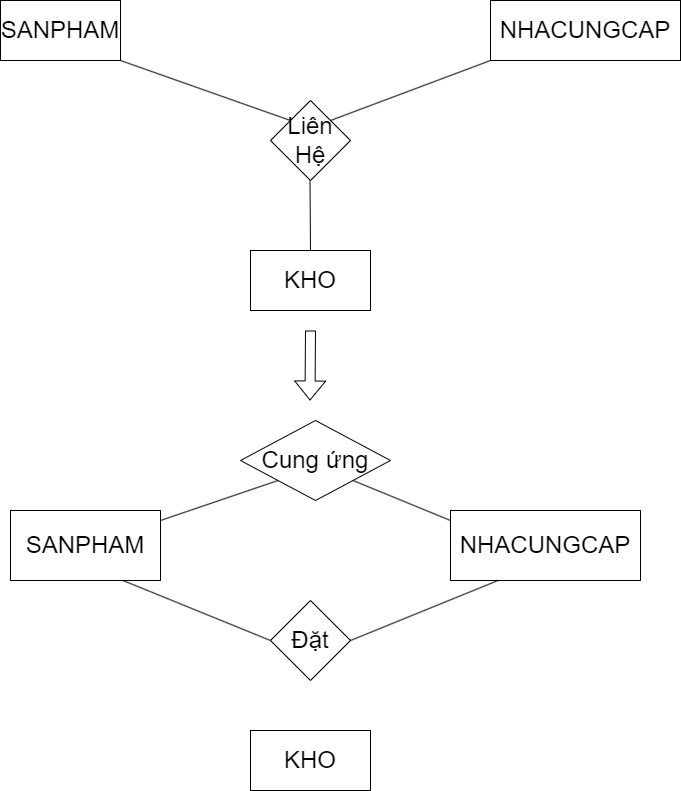
datnham0212/learning keeps this draw.io diagram as Chương 3 QT2(Mô hình hóa).png. Above is the earlier version. Source tidied: cells renumbered, new cells last; positions are measured from the earlier drawing's top-left corner, leaving out a move shared by most shapes.
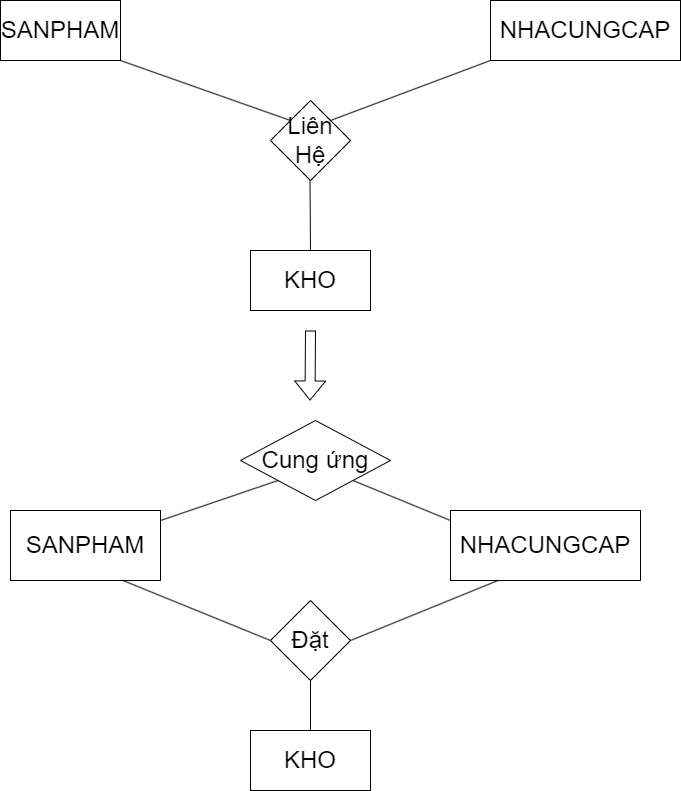
The same diagram one commit later.

Change to the diagram source:
```diff
@@ -66,5 +66,10 @@
         <mxPoint x="160" y="520" as="targetPoint" />
       </mxGeometry>
     </mxCell>
+    <mxCell id="19" style="endArrow=none;html=1;rounded=0;exitX=0.5;exitY=0;exitDx=0;exitDy=0;" parent="1" edge="1" source="14">
+      <mxGeometry relative="1" as="geometry">
+        <mxPoint x="310" y="680" as="targetPoint" />
+      </mxGeometry>
+    </mxCell>
   </root>
 </mxGraphModel>
```
